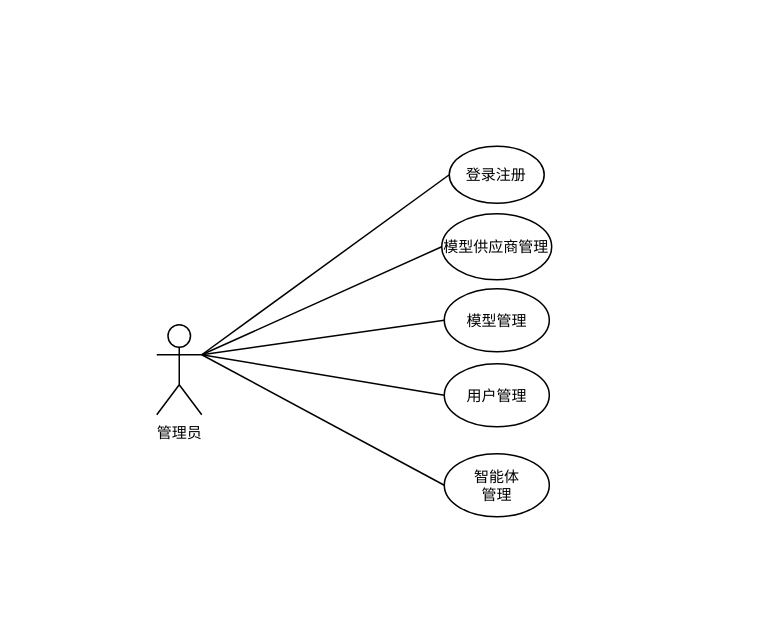
The draw.io diagram page "第 7 页" (7 of 7) of 用户用例图.drawio in Chentx1243/draw.io, before the edit. Source tidied: cells renumbered, new cells numbered last; positions are measured from the earlier drawing's top-left corner, leaving out a move shared by most shapes. Both pictures are drawn from the tidied source at 150%, with x=0, y=0 at pixel (156, 146).
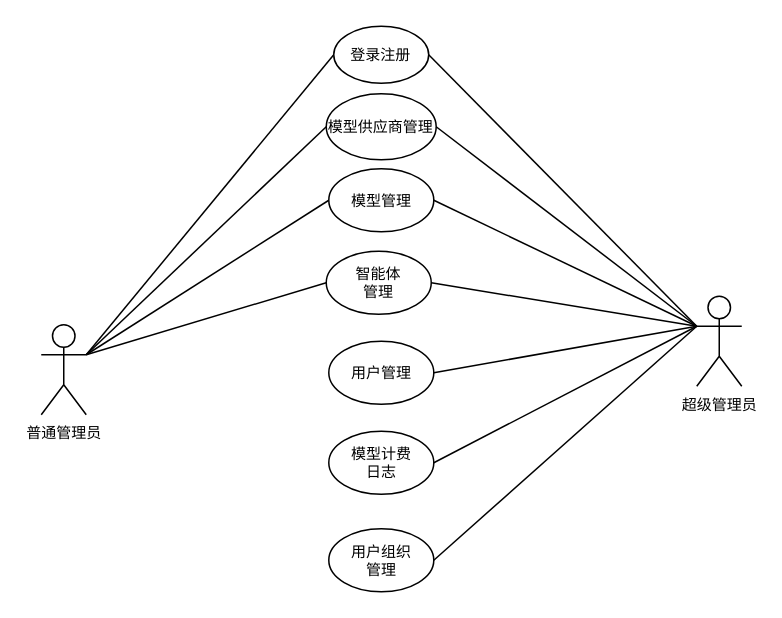
The same page after the edit.

Commit message:
更新用户用例图.drawio

Diff of the diagram source:
```diff
@@
-    <mxCell id="5" style="rounded=0;jettySize=auto;html=1;exitX=1;exitY=0.3333333333333333;exitDx=0;exitDy=0;exitPerimeter=0;entryX=0;entryY=0.5;entryDx=0;entryDy=0;endArrow=none;endFill=0;fontFamily=宋体;fontSize=10;" parent="1" edge="1" source="7" target="11">
-      <mxGeometry relative="1" as="geometry" />
-    </mxCell>
@@
-    <mxCell id="7" value="&lt;font&gt;管理员&lt;/font&gt;" style="shape=umlActor;verticalLabelPosition=bottom;verticalAlign=top;html=1;outlineConnect=0;fontFamily=宋体;fontSize=10;" parent="1" vertex="1">
-      <mxGeometry y="119" width="30" height="60" as="geometry" />
+    <mxCell id="7" value="&lt;font&gt;普通管理员&lt;/font&gt;" style="shape=umlActor;verticalLabelPosition=bottom;verticalAlign=top;html=1;outlineConnect=0;fontFamily=宋体;fontSize=10;" parent="1" vertex="1">
+      <mxGeometry x="-77" y="119" width="30" height="60" as="geometry" />
     </mxCell>
     <mxCell id="8" value="&lt;font&gt;&lt;span&gt;登录注册&lt;/span&gt;&lt;/font&gt;" style="ellipse;whiteSpace=wrap;html=1;fontFamily=宋体;fontSize=10;" parent="1" vertex="1">
-      <mxGeometry x="195" width="63.3" height="38" as="geometry" />
+      <mxGeometry x="118" y="-80" width="63.3" height="38" as="geometry" />
     </mxCell>
     <mxCell id="9" value="&lt;font&gt;&lt;span&gt;模型供应商管理&lt;/span&gt;&lt;/font&gt;" style="ellipse;whiteSpace=wrap;html=1;fontFamily=宋体;fontSize=10;" parent="1" vertex="1">
-      <mxGeometry x="190" y="45" width="73.3" height="44" as="geometry" />
+      <mxGeometry x="113" y="-35" width="73.3" height="44" as="geometry" />
     </mxCell>
     <mxCell id="10" value="&lt;font&gt;&lt;span&gt;模型管理&lt;/span&gt;&lt;/font&gt;" style="ellipse;whiteSpace=wrap;html=1;fontFamily=宋体;fontSize=10;" parent="1" vertex="1">
-      <mxGeometry x="191.7" y="95" width="70" height="42" as="geometry" />
+      <mxGeometry x="114.7" y="15" width="70" height="42" as="geometry" />
     </mxCell>
     <mxCell id="11" value="&lt;font&gt;&lt;span&gt;用户管理&lt;/span&gt;&lt;/font&gt;" style="ellipse;whiteSpace=wrap;html=1;fontFamily=宋体;fontSize=10;" parent="1" vertex="1">
-      <mxGeometry x="191.7" y="145" width="70" height="42" as="geometry" />
+      <mxGeometry x="114.7" y="130" width="70" height="42" as="geometry" />
     </mxCell>
     <mxCell id="12" value="&lt;font&gt;&lt;span&gt;智能体&lt;/span&gt;&lt;/font&gt;&lt;div&gt;&lt;font&gt;&lt;span&gt;管理&lt;/span&gt;&lt;/font&gt;&lt;/div&gt;" style="ellipse;whiteSpace=wrap;html=1;fontFamily=宋体;fontSize=10;" parent="1" vertex="1">
-      <mxGeometry x="191.7" y="205" width="70" height="42" as="geometry" />
+      <mxGeometry x="113" y="70" width="70" height="42" as="geometry" />
     </mxCell>
+    <mxCell id="13" value="&lt;font&gt;&lt;span&gt;模型计费&lt;/span&gt;&lt;/font&gt;&lt;div&gt;&lt;font&gt;&lt;span&gt;日志&lt;/span&gt;&lt;/font&gt;&lt;/div&gt;" style="ellipse;whiteSpace=wrap;html=1;fontFamily=宋体;fontSize=10;" parent="1" vertex="1">
+      <mxGeometry x="114.7" y="190" width="70" height="42" as="geometry" />
+    </mxCell>
+    <mxCell id="14" value="&lt;font&gt;&lt;span&gt;用户组织&lt;/span&gt;&lt;/font&gt;&lt;div&gt;&lt;font&gt;&lt;span&gt;管理&lt;/span&gt;&lt;/font&gt;&lt;/div&gt;" style="ellipse;whiteSpace=wrap;html=1;fontFamily=宋体;fontSize=10;" parent="1" vertex="1">
+      <mxGeometry x="114.7" y="255" width="70" height="42" as="geometry" />
+    </mxCell>
+    <mxCell id="15" value="&lt;font&gt;超级管理员&lt;/font&gt;" style="shape=umlActor;verticalLabelPosition=bottom;verticalAlign=top;html=1;outlineConnect=0;fontFamily=宋体;fontSize=10;" parent="1" vertex="1">
+      <mxGeometry x="360" y="100" width="30" height="60" as="geometry" />
+    </mxCell>
+    <mxCell id="16" style="rounded=0;jettySize=auto;html=1;exitX=1;exitY=0.5;exitDx=0;exitDy=0;entryX=0;entryY=0.3333333333333333;entryDx=0;entryDy=0;endArrow=none;endFill=0;fontFamily=宋体;fontSize=10;entryPerimeter=0;" parent="1" edge="1" source="8" target="15">
+      <mxGeometry relative="1" as="geometry" />
+    </mxCell>
+    <mxCell id="17" style="rounded=0;jettySize=auto;html=1;exitX=1;exitY=0.5;exitDx=0;exitDy=0;endArrow=none;endFill=0;fontFamily=宋体;fontSize=10;" parent="1" edge="1" source="9">
+      <mxGeometry relative="1" as="geometry">
+        <mxPoint x="360" y="120" as="targetPoint" />
+      </mxGeometry>
+    </mxCell>
+    <mxCell id="18" style="rounded=0;jettySize=auto;html=1;exitX=1;exitY=0.5;exitDx=0;exitDy=0;entryX=0;entryY=0.3333333333333333;entryDx=0;entryDy=0;endArrow=none;endFill=0;fontFamily=宋体;fontSize=10;entryPerimeter=0;" parent="1" edge="1" source="10" target="15">
+      <mxGeometry relative="1" as="geometry" />
+    </mxCell>
+    <mxCell id="19" style="rounded=0;jettySize=auto;html=1;exitX=1;exitY=0.5;exitDx=0;exitDy=0;endArrow=none;endFill=0;fontFamily=宋体;fontSize=10;entryX=0;entryY=0.3333333333333333;entryDx=0;entryDy=0;entryPerimeter=0;" parent="1" edge="1" source="12" target="15">
+      <mxGeometry relative="1" as="geometry" />
+    </mxCell>
+    <mxCell id="20" style="rounded=0;jettySize=auto;html=1;exitX=1;exitY=0.5;exitDx=0;exitDy=0;entryX=0;entryY=0.3333333333333333;entryDx=0;entryDy=0;endArrow=none;endFill=0;fontFamily=宋体;fontSize=10;entryPerimeter=0;" parent="1" edge="1" source="11" target="15">
+      <mxGeometry relative="1" as="geometry" />
+    </mxCell>
+    <mxCell id="21" style="rounded=0;jettySize=auto;html=1;exitX=1;exitY=0.5;exitDx=0;exitDy=0;entryX=0;entryY=0.3333333333333333;entryDx=0;entryDy=0;endArrow=none;endFill=0;fontFamily=宋体;fontSize=10;entryPerimeter=0;" parent="1" edge="1" source="13" target="15">
+      <mxGeometry relative="1" as="geometry" />
+    </mxCell>
+    <mxCell id="22" style="rounded=0;jettySize=auto;html=1;exitX=1;exitY=0.5;exitDx=0;exitDy=0;entryX=0;entryY=0.3333333333333333;entryDx=0;entryDy=0;endArrow=none;endFill=0;fontFamily=宋体;fontSize=10;entryPerimeter=0;" parent="1" edge="1" source="14" target="15">
+      <mxGeometry relative="1" as="geometry" />
+    </mxCell>
```
